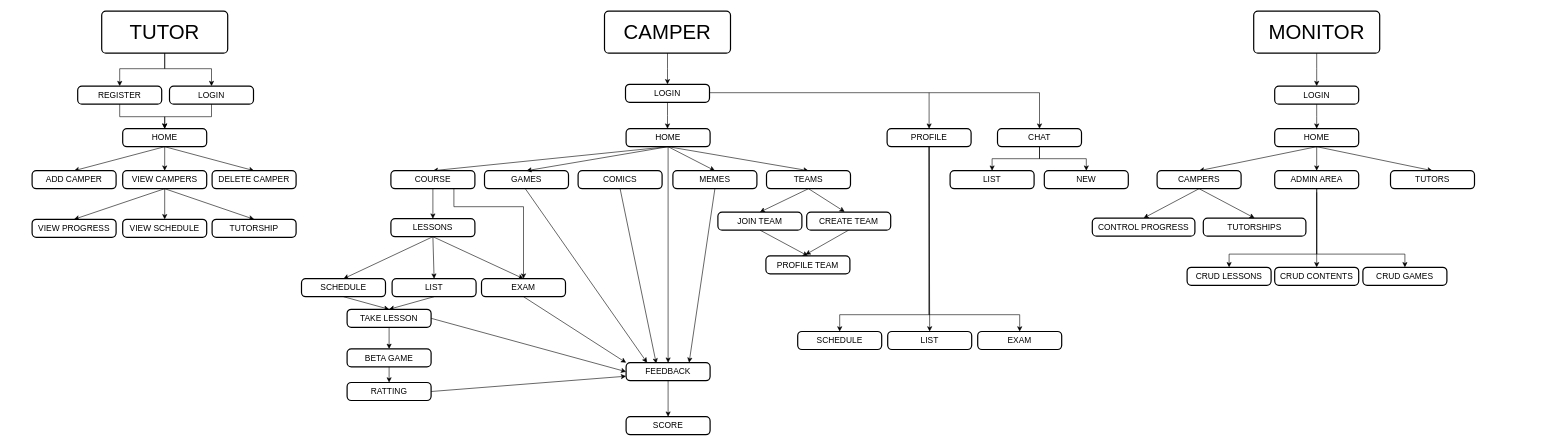
This is material/diagrams/WF-Roles.drawio from OneLifeDesigning/wellness-api, a draw.io file, before an edit. Source tidied: cells renumbered, new cells numbered last; positions are measured from the earlier drawing's top-left corner, leaving out a move shared by most shapes. Both pictures are drawn from the tidied source at 60%, with x=0, y=0 at pixel (32, 11).
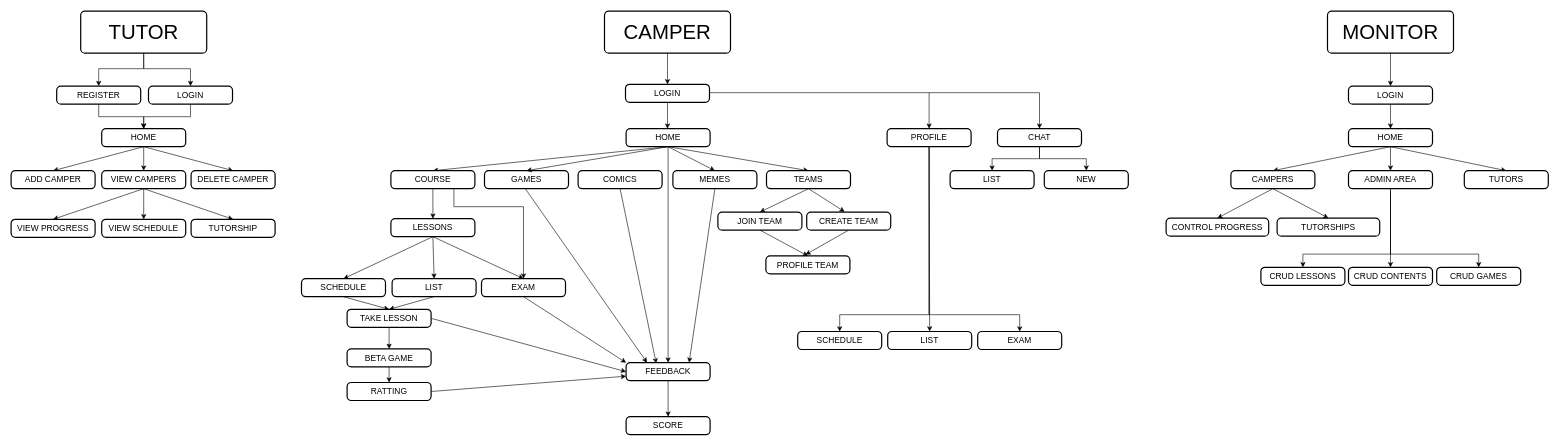
After the change.

Commit message:
FIX: MONITOR Space

Unchanged cells that the change refers to:
```xml
<mxCell id="103" value="&lt;span style=&quot;font-size: 14px&quot;&gt;CRUD&amp;nbsp;&lt;/span&gt;&lt;span style=&quot;font-size: 14px&quot;&gt;GAMES&lt;/span&gt;" style="rounded=1;whiteSpace=wrap;html=1;absoluteArcSize=1;arcSize=14;strokeWidth=2;verticalAlign=middle;" parent="102" vertex="1">
  <mxGeometry x="293" width="140" height="30" as="geometry" />
</mxCell>
<mxCell id="105" value="&lt;span style=&quot;font-size: 14px&quot;&gt;CRUD LESSONS&lt;/span&gt;" style="rounded=1;whiteSpace=wrap;html=1;absoluteArcSize=1;arcSize=14;strokeWidth=2;verticalAlign=middle;" parent="102" vertex="1">
  <mxGeometry width="140" height="30" as="geometry" />
</mxCell>
```

Change to the diagram source:
```diff
@@
     <mxCell id="7" style="edgeStyle=elbowEdgeStyle;rounded=0;jettySize=auto;html=1;exitX=0.5;exitY=1;exitDx=0;exitDy=0;entryX=0.5;entryY=0;entryDx=0;entryDy=0;elbow=vertical;" parent="1" edge="1" source="9" target="11">
       <mxGeometry relative="1" as="geometry">
         <Array as="points">
-          <mxPoint x="286" y="96" />
+          <mxPoint x="251" y="96" />
         </Array>
       </mxGeometry>
     </mxCell>
     <mxCell id="8" style="edgeStyle=elbowEdgeStyle;rounded=0;jettySize=auto;elbow=vertical;html=1;exitX=0.5;exitY=1;exitDx=0;exitDy=0;" parent="1" edge="1" source="9" target="25">
       <mxGeometry relative="1" as="geometry">
         <Array as="points">
-          <mxPoint x="299" y="96" />
-          <mxPoint x="259" y="96" />
-          <mxPoint x="249" y="96" />
+          <mxPoint x="264" y="96" />
+          <mxPoint x="224" y="96" />
+          <mxPoint x="214" y="96" />
         </Array>
       </mxGeometry>
     </mxCell>
     <mxCell id="9" value="&lt;font style=&quot;font-size: 34px&quot;&gt;TUTOR&lt;/font&gt;" style="rounded=1;whiteSpace=wrap;html=1;absoluteArcSize=1;arcSize=14;strokeWidth=2;" parent="1" vertex="1">
-      <mxGeometry x="116" width="210" height="70" as="geometry" />
+      <mxGeometry x="81" width="210" height="70" as="geometry" />
     </mxCell>
@@
     <mxCell id="11" value="&lt;font style=&quot;font-size: 14px&quot;&gt;REGISTER&lt;/font&gt;" style="rounded=1;whiteSpace=wrap;html=1;absoluteArcSize=1;arcSize=14;strokeWidth=2;" parent="1" vertex="1">
-      <mxGeometry x="76" y="125" width="140" height="30" as="geometry" />
+      <mxGeometry x="41" y="125" width="140" height="30" as="geometry" />
     </mxCell>
@@
     <mxCell id="15" value="&lt;span style=&quot;font-size: 14px&quot;&gt;HOME&lt;/span&gt;" style="rounded=1;whiteSpace=wrap;html=1;absoluteArcSize=1;arcSize=14;strokeWidth=2;verticalAlign=middle;" parent="1" vertex="1">
-      <mxGeometry x="151" y="196" width="140" height="30" as="geometry" />
+      <mxGeometry x="116" y="196" width="140" height="30" as="geometry" />
     </mxCell>
@@
     <mxCell id="19" value="&lt;span style=&quot;font-size: 14px&quot;&gt;VIEW CAMPERS&lt;/span&gt;" style="rounded=1;whiteSpace=wrap;html=1;absoluteArcSize=1;arcSize=14;strokeWidth=2;verticalAlign=middle;" parent="1" vertex="1">
-      <mxGeometry x="151" y="266" width="140" height="30" as="geometry" />
+      <mxGeometry x="116" y="266" width="140" height="30" as="geometry" />
     </mxCell>
     <mxCell id="20" value="&lt;span style=&quot;font-size: 14px&quot;&gt;ADD CAMPER&lt;/span&gt;" style="rounded=1;whiteSpace=wrap;html=1;absoluteArcSize=1;arcSize=14;strokeWidth=2;" parent="1" vertex="1">
-      <mxGeometry y="266" width="140" height="30" as="geometry" />
+      <mxGeometry x="-35" y="266" width="140" height="30" as="geometry" />
     </mxCell>
     <mxCell id="21" value="&lt;span style=&quot;font-size: 14px&quot;&gt;DELETE CAMPER&lt;/span&gt;" style="rounded=1;whiteSpace=wrap;html=1;absoluteArcSize=1;arcSize=14;strokeWidth=2;" parent="1" vertex="1">
-      <mxGeometry x="300" y="266" width="140" height="30" as="geometry" />
+      <mxGeometry x="265" y="266" width="140" height="30" as="geometry" />
     </mxCell>
     <mxCell id="22" value="&lt;span style=&quot;font-size: 14px&quot;&gt;VIEW PROGRESS&lt;/span&gt;" style="rounded=1;whiteSpace=wrap;html=1;absoluteArcSize=1;arcSize=14;strokeWidth=2;verticalAlign=middle;" parent="1" vertex="1">
-      <mxGeometry y="347" width="140" height="30" as="geometry" />
+      <mxGeometry x="-35" y="347" width="140" height="30" as="geometry" />
     </mxCell>
     <mxCell id="23" value="&lt;span style=&quot;font-size: 14px&quot;&gt;TUTORSHIP&lt;/span&gt;" style="rounded=1;whiteSpace=wrap;html=1;absoluteArcSize=1;arcSize=14;strokeWidth=2;verticalAlign=middle;" parent="1" vertex="1">
-      <mxGeometry x="300" y="347" width="140" height="30" as="geometry" />
+      <mxGeometry x="265" y="347" width="140" height="30" as="geometry" />
     </mxCell>
@@
     <mxCell id="25" value="&lt;font style=&quot;font-size: 14px&quot;&gt;LOGIN&lt;/font&gt;" style="rounded=1;whiteSpace=wrap;html=1;absoluteArcSize=1;arcSize=14;strokeWidth=2;" parent="1" vertex="1">
-      <mxGeometry x="229" y="125" width="140" height="30" as="geometry" />
+      <mxGeometry x="194" y="125" width="140" height="30" as="geometry" />
     </mxCell>
@@
     <mxCell id="47" value="&lt;span style=&quot;font-size: 14px&quot;&gt;VIEW SCHEDULE&lt;/span&gt;" style="rounded=1;whiteSpace=wrap;html=1;absoluteArcSize=1;arcSize=14;strokeWidth=2;verticalAlign=middle;" parent="1" vertex="1">
-      <mxGeometry x="151" y="347" width="140" height="30" as="geometry" />
+      <mxGeometry x="116" y="347" width="140" height="30" as="geometry" />
     </mxCell>
@@
     <mxCell id="83" style="edgeStyle=elbowEdgeStyle;rounded=0;jettySize=auto;elbow=vertical;html=1;exitX=0.5;exitY=1;exitDx=0;exitDy=0;" parent="1" edge="1" source="84" target="97">
       <mxGeometry relative="1" as="geometry">
         <Array as="points">
-          <mxPoint x="2219" y="96" />
-          <mxPoint x="2179" y="96" />
-          <mxPoint x="2169" y="96" />
+          <mxPoint x="2342" y="96" />
+          <mxPoint x="2302" y="96" />
+          <mxPoint x="2292" y="96" />
         </Array>
       </mxGeometry>
     </mxCell>
     <mxCell id="84" value="&lt;span style=&quot;font-size: 34px&quot;&gt;MONITOR&lt;/span&gt;" style="rounded=1;whiteSpace=wrap;html=1;absoluteArcSize=1;arcSize=14;strokeWidth=2;" parent="1" vertex="1">
-      <mxGeometry x="2036" width="210" height="70" as="geometry" />
+      <mxGeometry x="2159" width="210" height="70" as="geometry" />
     </mxCell>
@@
     <mxCell id="88" value="&lt;span style=&quot;font-size: 14px&quot;&gt;HOME&lt;/span&gt;" style="rounded=1;whiteSpace=wrap;html=1;absoluteArcSize=1;arcSize=14;strokeWidth=2;verticalAlign=middle;" parent="1" vertex="1">
-      <mxGeometry x="2071" y="196" width="140" height="30" as="geometry" />
+      <mxGeometry x="2194" y="196" width="140" height="30" as="geometry" />
     </mxCell>
-    <mxCell id="89" style="edgeStyle=none;rounded=0;jettySize=auto;html=1;exitX=0.5;exitY=1;exitDx=0;exitDy=0;entryX=0.5;entryY=0;entryDx=0;entryDy=0;" parent="1" edge="1" source="94" target="99">
-      <mxGeometry relative="1" as="geometry" />
-    </mxCell>
@@
     <mxCell id="91" style="edgeStyle=elbowEdgeStyle;rounded=0;jettySize=auto;elbow=vertical;html=1;exitX=0.5;exitY=1;exitDx=0;exitDy=0;" parent="1" edge="1" source="93" target="103">
       <mxGeometry relative="1" as="geometry">
         <Array as="points">
-          <mxPoint x="2207" y="405" />
+          <mxPoint x="2330" y="405" />
         </Array>
       </mxGeometry>
     </mxCell>
     <mxCell id="92" style="edgeStyle=elbowEdgeStyle;rounded=0;jettySize=auto;elbow=vertical;html=1;entryX=0.5;entryY=0;entryDx=0;entryDy=0;" parent="1" edge="1" target="105">
       <mxGeometry relative="1" as="geometry">
-        <mxPoint x="2141" y="302" as="sourcePoint" />
+        <mxPoint x="2264" y="302" as="sourcePoint" />
         <Array as="points">
-          <mxPoint x="2070" y="405" />
+          <mxPoint x="2193" y="405" />
         </Array>
       </mxGeometry>
     </mxCell>
     <mxCell id="93" value="&lt;span style=&quot;font-size: 14px&quot;&gt;ADMIN AREA&lt;/span&gt;" style="rounded=1;whiteSpace=wrap;html=1;absoluteArcSize=1;arcSize=14;strokeWidth=2;verticalAlign=middle;" parent="1" vertex="1">
-      <mxGeometry x="2071" y="266" width="140" height="30" as="geometry" />
+      <mxGeometry x="2194" y="266" width="140" height="30" as="geometry" />
     </mxCell>
     <mxCell id="94" value="&lt;span style=&quot;font-size: 14px&quot;&gt;CAMPERS&lt;/span&gt;" style="rounded=1;whiteSpace=wrap;html=1;absoluteArcSize=1;arcSize=14;strokeWidth=2;" parent="1" vertex="1">
-      <mxGeometry x="1875" y="266" width="140" height="30" as="geometry" />
+      <mxGeometry x="1998" y="266" width="140" height="30" as="geometry" />
     </mxCell>
     <mxCell id="95" value="&lt;span style=&quot;font-size: 14px&quot;&gt;TUTORS&lt;/span&gt;" style="rounded=1;whiteSpace=wrap;html=1;absoluteArcSize=1;arcSize=14;strokeWidth=2;" parent="1" vertex="1">
-      <mxGeometry x="2264" y="266" width="140" height="30" as="geometry" />
+      <mxGeometry x="2387" y="266" width="140" height="30" as="geometry" />
     </mxCell>
@@
     <mxCell id="97" value="&lt;font style=&quot;font-size: 14px&quot;&gt;LOGIN&lt;/font&gt;" style="rounded=1;whiteSpace=wrap;html=1;absoluteArcSize=1;arcSize=14;strokeWidth=2;" parent="1" vertex="1">
-      <mxGeometry x="2071" y="125" width="140" height="30" as="geometry" />
+      <mxGeometry x="2194" y="125" width="140" height="30" as="geometry" />
     </mxCell>
-    <mxCell id="98" style="group;" parent="1" vertex="1">
-      <mxGeometry x="1767" y="296" width="356" height="79" as="geometry" />
-    </mxCell>
-    <mxCell id="99" value="&lt;span style=&quot;font-size: 14px&quot;&gt;CONTROL PROGRESS&lt;/span&gt;" style="rounded=1;whiteSpace=wrap;html=1;absoluteArcSize=1;arcSize=14;strokeWidth=2;verticalAlign=middle;" parent="98" vertex="1">
-      <mxGeometry y="49" width="171" height="30" as="geometry" />
-    </mxCell>
-    <mxCell id="100" value="&lt;span style=&quot;font-size: 14px&quot;&gt;TUTORSHIPS&lt;/span&gt;" style="rounded=1;whiteSpace=wrap;html=1;absoluteArcSize=1;arcSize=14;strokeWidth=2;verticalAlign=middle;" parent="98" vertex="1">
-      <mxGeometry x="185" y="49" width="171" height="30" as="geometry" />
+    <mxCell id="100" value="&lt;span style=&quot;font-size: 14px&quot;&gt;TUTORSHIPS&lt;/span&gt;" style="rounded=1;whiteSpace=wrap;html=1;absoluteArcSize=1;arcSize=14;strokeWidth=2;verticalAlign=middle;" parent="1" vertex="1">
+      <mxGeometry x="2075" y="345" width="171" height="30" as="geometry" />
     </mxCell>
@@
     <mxCell id="102" style="group;" parent="1" vertex="1">
-      <mxGeometry x="1925" y="427" width="433" height="30" as="geometry" />
+      <mxGeometry x="2048" y="427" width="433" height="30" as="geometry" />
     </mxCell>
@@
+    <mxCell id="99" value="&lt;span style=&quot;font-size: 14px&quot;&gt;CONTROL PROGRESS&lt;/span&gt;" style="rounded=1;whiteSpace=wrap;html=1;absoluteArcSize=1;arcSize=14;strokeWidth=2;verticalAlign=middle;" parent="1" vertex="1">
+      <mxGeometry x="1890" y="345" width="171" height="30" as="geometry" />
+    </mxCell>
+    <mxCell id="89" style="edgeStyle=none;rounded=0;jettySize=auto;html=1;exitX=0.5;exitY=1;exitDx=0;exitDy=0;entryX=0.5;entryY=0;entryDx=0;entryDy=0;" parent="1" edge="1" source="94" target="99">
+      <mxGeometry relative="1" as="geometry" />
+    </mxCell>
```
